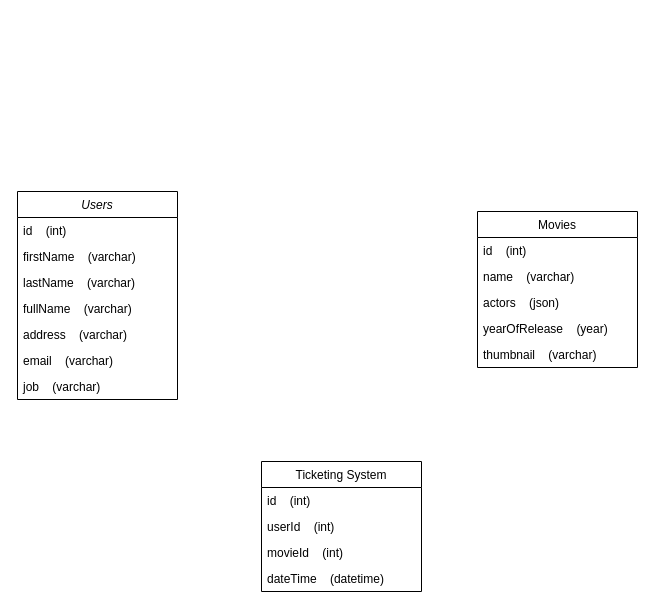
Before: DatabaseDesign.drawio in vudoan1708-cyber/cinema--learn-php, a draw.io diagram. Source tidied: cells renumbered, new cells numbered last; positions are measured from the earlier drawing's top-left corner, leaving out a move shared by most shapes. Both pictures are drawn from the tidied source at 100%, with x=0, y=0 at pixel (17, 191).
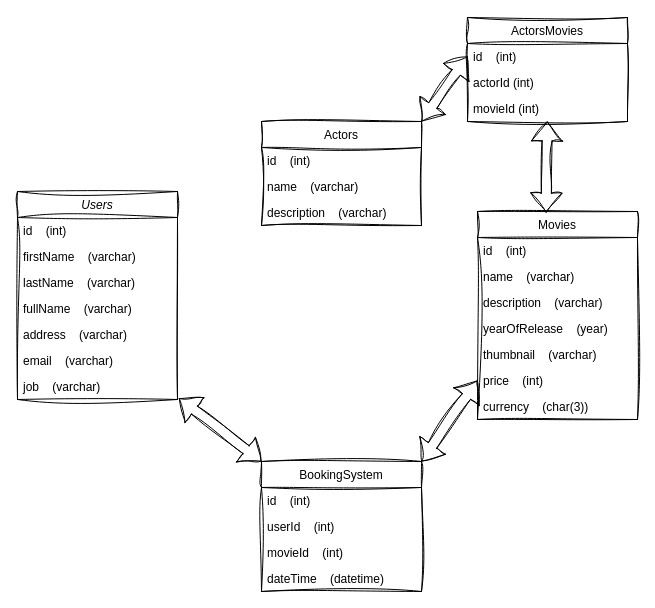
Above is the later version.

Change to the diagram source:
```diff
@@
-    <mxCell id="2" value="Users" style="swimlane;fontStyle=2;align=center;verticalAlign=top;horizontal=1;startSize=26;rounded=0;shadow=0;strokeWidth=1;" parent="1" vertex="1">
+    <mxCell id="2" value="Users" style="swimlane;fontStyle=2;align=center;verticalAlign=top;horizontal=1;startSize=26;rounded=0;shadow=0;strokeWidth=1;sketch=1;curveFitting=1;jiggle=2;" parent="1" vertex="1">
       <mxGeometry width="160" height="208" as="geometry" />
     </mxCell>
-    <mxCell id="3" value="id    (int)" style="text;align=left;verticalAlign=middle;spacingLeft=4;spacingRight=4;overflow=hidden;fontStyle=0;" parent="2" vertex="1">
+    <mxCell id="3" value="id    (int)" style="text;align=left;verticalAlign=middle;spacingLeft=4;spacingRight=4;overflow=hidden;fontStyle=0;sketch=1;curveFitting=1;jiggle=2;" parent="2" vertex="1">
       <mxGeometry y="26" width="160" height="26" as="geometry" />
     </mxCell>
-    <mxCell id="4" value="firstName    (varchar)" style="text;align=left;verticalAlign=middle;spacingLeft=4;spacingRight=4;overflow=hidden;" parent="2" vertex="1">
+    <mxCell id="4" value="firstName    (varchar)" style="text;align=left;verticalAlign=middle;spacingLeft=4;spacingRight=4;overflow=hidden;sketch=1;curveFitting=1;jiggle=2;" parent="2" vertex="1">
       <mxGeometry y="52" width="160" height="26" as="geometry" />
     </mxCell>
-    <mxCell id="5" value="lastName    (varchar)" style="text;align=left;verticalAlign=middle;spacingLeft=4;spacingRight=4;overflow=hidden;rounded=0;shadow=0;html=0;" parent="2" vertex="1">
+    <mxCell id="5" value="lastName    (varchar)" style="text;align=left;verticalAlign=middle;spacingLeft=4;spacingRight=4;overflow=hidden;rounded=0;shadow=0;html=0;sketch=1;curveFitting=1;jiggle=2;" parent="2" vertex="1">
       <mxGeometry y="78" width="160" height="26" as="geometry" />
     </mxCell>
-    <mxCell id="6" value="fullName    (varchar)" style="text;align=left;verticalAlign=middle;spacingLeft=4;spacingRight=4;overflow=hidden;rounded=0;shadow=0;html=0;" parent="2" vertex="1">
+    <mxCell id="6" value="fullName    (varchar)" style="text;align=left;verticalAlign=middle;spacingLeft=4;spacingRight=4;overflow=hidden;rounded=0;shadow=0;html=0;sketch=1;curveFitting=1;jiggle=2;" parent="2" vertex="1">
       <mxGeometry y="104" width="160" height="26" as="geometry" />
     </mxCell>
-    <mxCell id="7" value="address    (varchar)" style="text;align=left;verticalAlign=middle;spacingLeft=4;spacingRight=4;overflow=hidden;" parent="2" vertex="1">
+    <mxCell id="7" value="address    (varchar)" style="text;align=left;verticalAlign=middle;spacingLeft=4;spacingRight=4;overflow=hidden;sketch=1;curveFitting=1;jiggle=2;" parent="2" vertex="1">
       <mxGeometry y="130" width="160" height="26" as="geometry" />
     </mxCell>
-    <mxCell id="8" value="email    (varchar)" style="text;align=left;verticalAlign=middle;spacingLeft=4;spacingRight=4;overflow=hidden;" parent="2" vertex="1">
+    <mxCell id="8" value="email    (varchar)" style="text;align=left;verticalAlign=middle;spacingLeft=4;spacingRight=4;overflow=hidden;sketch=1;curveFitting=1;jiggle=2;" parent="2" vertex="1">
       <mxGeometry y="156" width="160" height="26" as="geometry" />
     </mxCell>
-    <mxCell id="9" value="job    (varchar)" style="text;align=left;verticalAlign=middle;spacingLeft=4;spacingRight=4;overflow=hidden;points=[[0,0.5],[1,0.5]];portConstraint=eastwest;" parent="2" vertex="1">
+    <mxCell id="9" value="job    (varchar)" style="text;align=left;verticalAlign=middle;spacingLeft=4;spacingRight=4;overflow=hidden;points=[[0,0.5],[1,0.5]];portConstraint=eastwest;sketch=1;curveFitting=1;jiggle=2;" parent="2" vertex="1">
       <mxGeometry y="182" width="160" height="26" as="geometry" />
     </mxCell>
-    <mxCell id="10" value="Movies" style="swimlane;fontStyle=0;align=center;verticalAlign=top;horizontal=1;startSize=26;rounded=0;shadow=0;strokeWidth=1;" parent="1" vertex="1">
-      <mxGeometry x="460" y="20" width="160" height="156" as="geometry" />
+    <mxCell id="10" value="Movies" style="swimlane;fontStyle=0;align=center;verticalAlign=top;horizontal=1;startSize=26;rounded=0;shadow=0;strokeWidth=1;sketch=1;curveFitting=1;jiggle=2;" parent="1" vertex="1">
+      <mxGeometry x="460" y="20" width="160" height="208" as="geometry" />
     </mxCell>
-    <mxCell id="11" value="id    (int)" style="text;align=left;verticalAlign=middle;spacingLeft=4;spacingRight=4;overflow=hidden;" parent="10" vertex="1">
+    <mxCell id="11" value="id    (int)" style="text;align=left;verticalAlign=middle;spacingLeft=4;spacingRight=4;overflow=hidden;sketch=1;curveFitting=1;jiggle=2;" parent="10" vertex="1">
       <mxGeometry y="26" width="160" height="26" as="geometry" />
     </mxCell>
-    <mxCell id="12" value="name    (varchar)" style="text;align=left;verticalAlign=middle;spacingLeft=4;spacingRight=4;overflow=hidden;" parent="10" vertex="1">
+    <mxCell id="12" value="name    (varchar)" style="text;align=left;verticalAlign=middle;spacingLeft=4;spacingRight=4;overflow=hidden;sketch=1;curveFitting=1;jiggle=2;" parent="10" vertex="1">
       <mxGeometry y="52" width="160" height="26" as="geometry" />
     </mxCell>
-    <mxCell id="13" value="actors    (json)" style="text;align=left;verticalAlign=middle;spacingLeft=4;spacingRight=4;overflow=hidden;" parent="10" vertex="1">
-      <mxGeometry y="78" width="160" height="26" as="geometry" />
-    </mxCell>
+    <mxCell id="21" value="description    (varchar)" style="text;align=left;verticalAlign=middle;spacingLeft=4;spacingRight=4;overflow=hidden;sketch=1;curveFitting=1;jiggle=2;" parent="10" vertex="1">
+      <mxGeometry y="78" width="160" height="26" as="geometry" />
+    </mxCell>
-    <mxCell id="14" value="yearOfRelease    (year)" style="text;align=left;verticalAlign=middle;spacingLeft=4;spacingRight=4;overflow=hidden;" parent="10" vertex="1">
+    <mxCell id="14" value="yearOfRelease    (year)" style="text;align=left;verticalAlign=middle;spacingLeft=4;spacingRight=4;overflow=hidden;sketch=1;curveFitting=1;jiggle=2;" parent="10" vertex="1">
       <mxGeometry y="104" width="160" height="26" as="geometry" />
     </mxCell>
-    <mxCell id="15" value="thumbnail    (varchar)" style="text;align=left;verticalAlign=middle;spacingLeft=4;spacingRight=4;overflow=hidden;" parent="10" vertex="1">
+    <mxCell id="15" value="thumbnail    (varchar)" style="text;align=left;verticalAlign=middle;spacingLeft=4;spacingRight=4;overflow=hidden;sketch=1;curveFitting=1;jiggle=2;" parent="10" vertex="1">
       <mxGeometry y="130" width="160" height="26" as="geometry" />
     </mxCell>
+    <mxCell id="22" value="price    (int)" style="text;align=left;verticalAlign=middle;spacingLeft=4;spacingRight=4;overflow=hidden;points=[[0,0.5],[1,0.5]];portConstraint=eastwest;sketch=1;curveFitting=1;jiggle=2;" parent="10" vertex="1">
+      <mxGeometry y="156" width="160" height="26" as="geometry" />
+    </mxCell>
+    <mxCell id="23" value="currency    (char(3))" style="text;align=left;verticalAlign=middle;spacingLeft=4;spacingRight=4;overflow=hidden;sketch=1;curveFitting=1;jiggle=2;" parent="10" vertex="1">
+      <mxGeometry y="182" width="160" height="26" as="geometry" />
+    </mxCell>
-    <mxCell id="16" value="Ticketing System" style="swimlane;fontStyle=0;align=center;verticalAlign=top;horizontal=1;startSize=26;rounded=0;shadow=0;strokeWidth=1;" parent="1" vertex="1">
+    <mxCell id="16" value="BookingSystem" style="swimlane;fontStyle=0;align=center;verticalAlign=top;horizontal=1;startSize=26;rounded=0;shadow=0;strokeWidth=1;sketch=1;curveFitting=1;jiggle=2;" parent="1" vertex="1">
       <mxGeometry x="244" y="270" width="160" height="130" as="geometry" />
     </mxCell>
-    <mxCell id="17" value="id    (int)" style="text;align=left;verticalAlign=middle;spacingLeft=4;spacingRight=4;overflow=hidden;" parent="16" vertex="1">
+    <mxCell id="17" value="id    (int)" style="text;align=left;verticalAlign=middle;spacingLeft=4;spacingRight=4;overflow=hidden;sketch=1;curveFitting=1;jiggle=2;" parent="16" vertex="1">
       <mxGeometry y="26" width="160" height="26" as="geometry" />
     </mxCell>
-    <mxCell id="18" value="userId    (int)" style="text;align=left;verticalAlign=middle;spacingLeft=4;spacingRight=4;overflow=hidden;" parent="16" vertex="1">
+    <mxCell id="18" value="userId    (int)" style="text;align=left;verticalAlign=middle;spacingLeft=4;spacingRight=4;overflow=hidden;sketch=1;curveFitting=1;jiggle=2;" parent="16" vertex="1">
       <mxGeometry y="52" width="160" height="26" as="geometry" />
     </mxCell>
-    <mxCell id="19" value="movieId    (int)" style="text;align=left;verticalAlign=middle;spacingLeft=4;spacingRight=4;overflow=hidden;" parent="16" vertex="1">
+    <mxCell id="19" value="movieId    (int)" style="text;align=left;verticalAlign=middle;spacingLeft=4;spacingRight=4;overflow=hidden;sketch=1;curveFitting=1;jiggle=2;" parent="16" vertex="1">
       <mxGeometry y="78" width="160" height="26" as="geometry" />
     </mxCell>
-    <mxCell id="20" value="dateTime    (datetime)" style="text;align=left;verticalAlign=middle;spacingLeft=4;spacingRight=4;overflow=hidden;" parent="16" vertex="1">
+    <mxCell id="20" value="dateTime    (datetime)" style="text;align=left;verticalAlign=middle;spacingLeft=4;spacingRight=4;overflow=hidden;sketch=1;curveFitting=1;jiggle=2;" parent="16" vertex="1">
       <mxGeometry y="104" width="160" height="26" as="geometry" />
     </mxCell>
+    <mxCell id="24" value="Actors" style="swimlane;fontStyle=0;align=center;verticalAlign=top;horizontal=1;startSize=26;rounded=0;shadow=0;strokeWidth=1;sketch=1;curveFitting=1;jiggle=2;" parent="1" vertex="1">
+      <mxGeometry x="244" y="-70" width="160" height="104" as="geometry" />
+    </mxCell>
+    <mxCell id="25" value="id    (int)" style="text;align=left;verticalAlign=middle;spacingLeft=4;spacingRight=4;overflow=hidden;sketch=1;curveFitting=1;jiggle=2;" parent="24" vertex="1">
+      <mxGeometry y="26" width="160" height="26" as="geometry" />
+    </mxCell>
+    <mxCell id="26" value="name    (varchar)" style="text;align=left;verticalAlign=middle;spacingLeft=4;spacingRight=4;overflow=hidden;sketch=1;curveFitting=1;jiggle=2;" parent="24" vertex="1">
+      <mxGeometry y="52" width="160" height="26" as="geometry" />
+    </mxCell>
+    <mxCell id="27" value="description    (varchar)" style="text;align=left;verticalAlign=middle;spacingLeft=4;spacingRight=4;overflow=hidden;sketch=1;curveFitting=1;jiggle=2;" parent="24" vertex="1">
+      <mxGeometry y="78" width="160" height="26" as="geometry" />
+    </mxCell>
+    <mxCell id="28" style="shape=flexArrow;endArrow=classic;startArrow=classic;html=1;sketch=1;hachureGap=4;jiggle=2;curveFitting=1;fontFamily=Architects Daughter;fontSize=16;exitX=1;exitY=0;exitDx=0;exitDy=0;entryX=0;entryY=0.5;entryDx=0;entryDy=0;" parent="1" edge="1" source="16" target="22">
+      <mxGeometry relative="1" as="geometry" />
+    </mxCell>
+    <mxCell id="29" style="shape=flexArrow;endArrow=classic;startArrow=classic;html=1;sketch=1;hachureGap=4;jiggle=2;curveFitting=1;fontFamily=Architects Daughter;fontSize=16;exitX=1.009;exitY=0.952;exitDx=0;exitDy=0;entryX=0;entryY=0;entryDx=0;entryDy=0;exitPerimeter=0;" parent="1" edge="1" source="9" target="16">
+      <mxGeometry relative="1" as="geometry" />
+    </mxCell>
+    <mxCell id="30" value="ActorsMovies" style="swimlane;fontStyle=0;align=center;verticalAlign=top;horizontal=1;startSize=26;rounded=0;shadow=0;strokeWidth=1;sketch=1;curveFitting=1;jiggle=2;" parent="1" vertex="1">
+      <mxGeometry x="450" y="-174" width="160" height="104" as="geometry" />
+    </mxCell>
+    <mxCell id="31" value="id    (int)" style="text;align=left;verticalAlign=middle;spacingLeft=4;spacingRight=4;overflow=hidden;points=[[0,0.5],[1,0.5]];portConstraint=eastwest;sketch=1;curveFitting=1;jiggle=2;" parent="30" vertex="1">
+      <mxGeometry y="26" width="160" height="26" as="geometry" />
+    </mxCell>
+    <mxCell id="32" value="actorId (int)" style="text;align=left;verticalAlign=middle;spacingLeft=4;spacingRight=4;overflow=hidden;sketch=1;curveFitting=1;jiggle=2;" parent="30" vertex="1">
+      <mxGeometry y="52" width="160" height="26" as="geometry" />
+    </mxCell>
+    <mxCell id="33" value="movieId (int)" style="text;align=left;verticalAlign=middle;spacingLeft=4;spacingRight=4;overflow=hidden;points=[[0,0.5],[1,0.5]];portConstraint=eastwest;sketch=1;curveFitting=1;jiggle=2;" parent="30" vertex="1">
+      <mxGeometry y="78" width="160" height="26" as="geometry" />
+    </mxCell>
+    <mxCell id="34" style="shape=flexArrow;endArrow=classic;startArrow=classic;html=1;sketch=1;hachureGap=4;jiggle=2;curveFitting=1;fontFamily=Architects Daughter;fontSize=16;exitX=1;exitY=0;exitDx=0;exitDy=0;entryX=0;entryY=0.5;entryDx=0;entryDy=0;" parent="1" edge="1" source="24" target="31">
+      <mxGeometry relative="1" as="geometry" />
+    </mxCell>
+    <mxCell id="35" style="shape=flexArrow;endArrow=classic;startArrow=classic;html=1;sketch=1;hachureGap=4;jiggle=2;curveFitting=1;fontFamily=Architects Daughter;fontSize=16;entryX=0.429;entryY=0.005;entryDx=0;entryDy=0;entryPerimeter=0;" parent="1" edge="1" source="33" target="10">
+      <mxGeometry relative="1" as="geometry" />
+    </mxCell>
```
